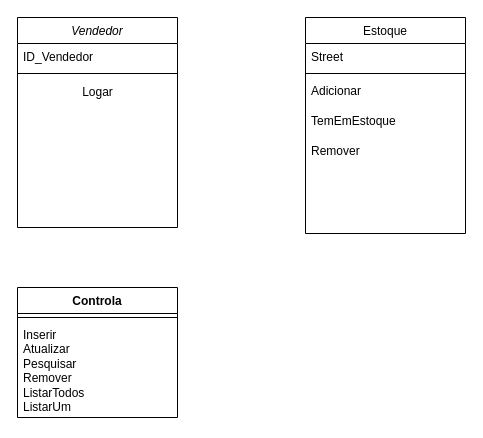
Earlier version of the draw.io diagram Documentação/UML_Primeira_Parte.drawio (AlecrimLunar/Banco-de-dados-Livraria). Source tidied: cells renumbered, new cells numbered last; positions are measured from the earlier drawing's top-left corner, leaving out a move shared by most shapes. Both pictures are drawn from the tidied source at 100%, with x=0, y=0 at pixel (17, 17).
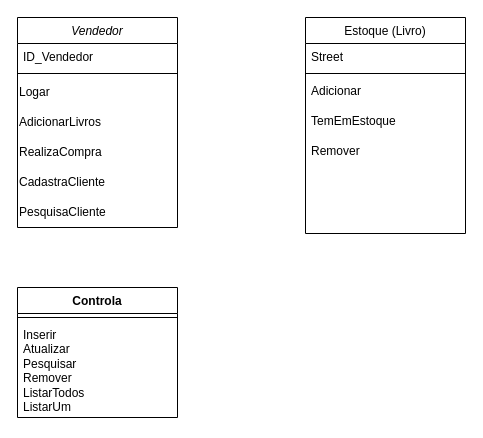
The same page after the edit.

Diff of the diagram source:
```diff
@@
 <mxGraphModel>
   <root>
     <mxCell id="0" />
     <mxCell id="1" parent="0" />
     <mxCell id="2" value="Vendedor" style="swimlane;fontStyle=2;align=center;verticalAlign=top;horizontal=1;startSize=26;rounded=0;shadow=0;strokeWidth=1;" parent="1" vertex="1">
       <mxGeometry width="160" height="210" as="geometry" />
     </mxCell>
     <mxCell id="3" value="ID_Vendedor" style="text;align=left;verticalAlign=top;spacingLeft=4;spacingRight=4;overflow=hidden;" parent="2" vertex="1">
       <mxGeometry y="26" width="160" height="26" as="geometry" />
     </mxCell>
     <mxCell id="4" style="line;html=1;strokeWidth=1;align=left;verticalAlign=middle;spacingTop=-1;spacingLeft=3;spacingRight=3;labelPosition=right;" parent="2" vertex="1">
       <mxGeometry y="52" width="160" height="8" as="geometry" />
     </mxCell>
-    <mxCell id="5" value="Logar" style="text;html=1;align=center;verticalAlign=middle;strokeColor=none;fillColor=none;" parent="2" vertex="1">
+    <mxCell id="5" value="&lt;div align=&quot;left&quot;&gt;Logar&lt;/div&gt;" style="text;html=1;align=left;verticalAlign=middle;strokeColor=none;fillColor=none;" parent="2" vertex="1">
       <mxGeometry y="60" width="160" height="30" as="geometry" />
     </mxCell>
+    <mxCell id="15" value="AdicionarLivros" style="text;html=1;align=left;verticalAlign=middle;strokeColor=none;fillColor=none;" parent="2" vertex="1">
+      <mxGeometry y="90" width="160" height="30" as="geometry" />
+    </mxCell>
+    <mxCell id="16" value="RealizaCompra" style="text;html=1;align=left;verticalAlign=middle;strokeColor=none;fillColor=none;" parent="2" vertex="1">
+      <mxGeometry y="120" width="160" height="30" as="geometry" />
+    </mxCell>
+    <mxCell id="17" value="CadastraCliente" style="text;html=1;align=left;verticalAlign=middle;strokeColor=none;fillColor=none;" parent="2" vertex="1">
+      <mxGeometry y="150" width="160" height="30" as="geometry" />
+    </mxCell>
+    <mxCell id="18" value="PesquisaCliente" style="text;html=1;align=left;verticalAlign=middle;strokeColor=none;fillColor=none;" parent="2" vertex="1">
+      <mxGeometry y="180" width="160" height="30" as="geometry" />
+    </mxCell>
-    <mxCell id="6" value="Estoque" style="swimlane;fontStyle=0;align=center;verticalAlign=top;horizontal=1;startSize=26;rounded=0;shadow=0;strokeWidth=1;" parent="1" vertex="1">
+    <mxCell id="6" value="Estoque (Livro)" style="swimlane;fontStyle=0;align=center;verticalAlign=top;horizontal=1;startSize=26;rounded=0;shadow=0;strokeWidth=1;" parent="1" vertex="1">
       <mxGeometry x="288" width="160" height="216" as="geometry" />
     </mxCell>
     <mxCell id="7" value="Street" style="text;align=left;verticalAlign=top;spacingLeft=4;spacingRight=4;overflow=hidden;" parent="6" vertex="1">
       <mxGeometry y="26" width="160" height="26" as="geometry" />
     </mxCell>
     <mxCell id="8" style="line;html=1;strokeWidth=1;align=left;verticalAlign=middle;spacingTop=-1;spacingLeft=3;spacingRight=3;labelPosition=right;" parent="6" vertex="1">
       <mxGeometry y="52" width="160" height="8" as="geometry" />
     </mxCell>
     <mxCell id="9" value="Adicionar&#10;" style="text;align=left;verticalAlign=top;spacingLeft=4;spacingRight=4;overflow=hidden;" parent="6" vertex="1">
       <mxGeometry y="60" width="160" height="30" as="geometry" />
     </mxCell>
     <mxCell id="10" value="TemEmEstoque" style="text;align=left;verticalAlign=top;spacingLeft=4;spacingRight=4;overflow=hidden;" parent="6" vertex="1">
       <mxGeometry y="90" width="160" height="30" as="geometry" />
     </mxCell>
     <mxCell id="11" value="Remover" style="text;align=left;verticalAlign=top;spacingLeft=4;spacingRight=4;overflow=hidden;" parent="6" vertex="1">
       <mxGeometry y="120" width="160" height="30" as="geometry" />
     </mxCell>
     <mxCell id="12" value="Controla" style="swimlane;fontStyle=1;align=center;verticalAlign=top;horizontal=1;startSize=26;whiteSpace=wrap;html=1;" parent="1" vertex="1">
       <mxGeometry y="270" width="160" height="130" as="geometry" />
     </mxCell>
     <mxCell id="13" style="line;strokeWidth=1;fillColor=none;align=left;verticalAlign=middle;spacingTop=-1;spacingLeft=3;spacingRight=3;labelPosition=right;strokeColor=inherit;" parent="12" vertex="1">
       <mxGeometry y="26" width="160" height="8" as="geometry" />
     </mxCell>
     <mxCell id="14" value="Inserir&lt;br&gt;Atualizar&lt;br&gt;Pesquisar&lt;br&gt;Remover&lt;br&gt;ListarTodos&lt;br&gt;ListarUm" style="text;strokeColor=none;fillColor=none;align=left;verticalAlign=top;spacingLeft=4;spacingRight=4;overflow=hidden;whiteSpace=wrap;html=1;" parent="12" vertex="1">
       <mxGeometry y="34" width="160" height="96" as="geometry" />
     </mxCell>
   </root>
 </mxGraphModel>
```
